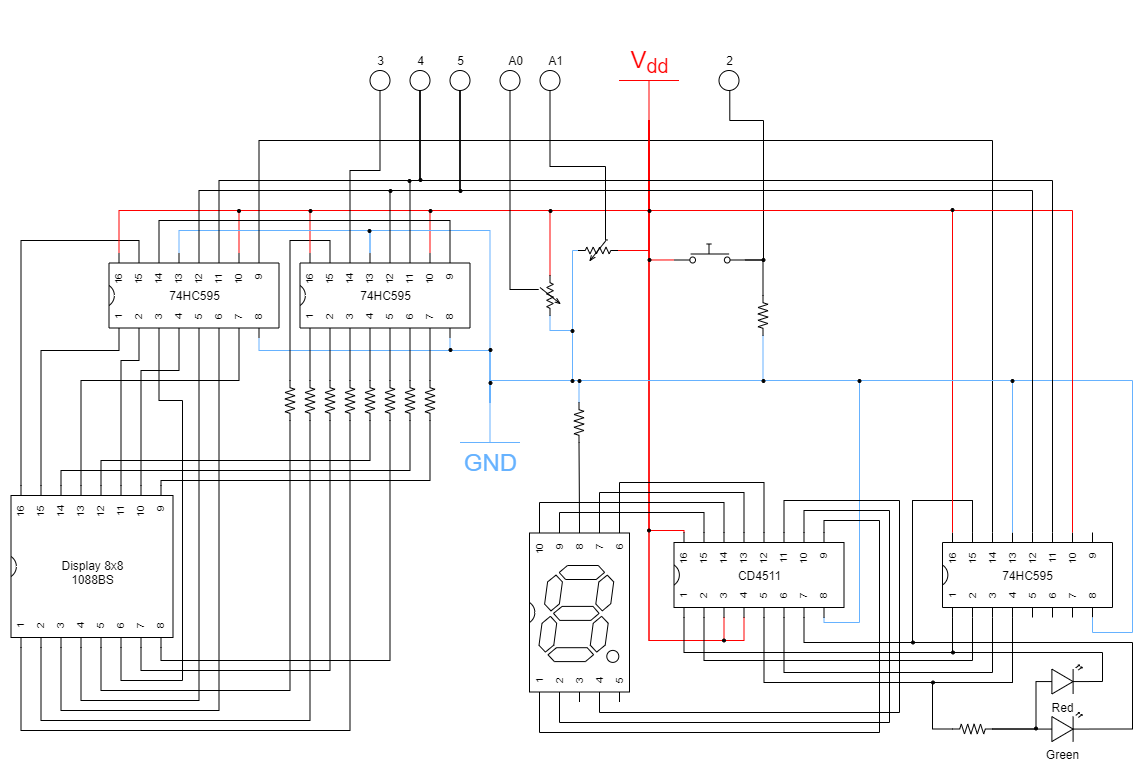
Above: doc/Electric_diagram.png in LDiegoM/ppGame8x8 (draw.io), before the change. Source tidied: cells renumbered, new cells last; positions are measured from the earlier drawing's top-left corner, leaving out a move shared by most shapes.
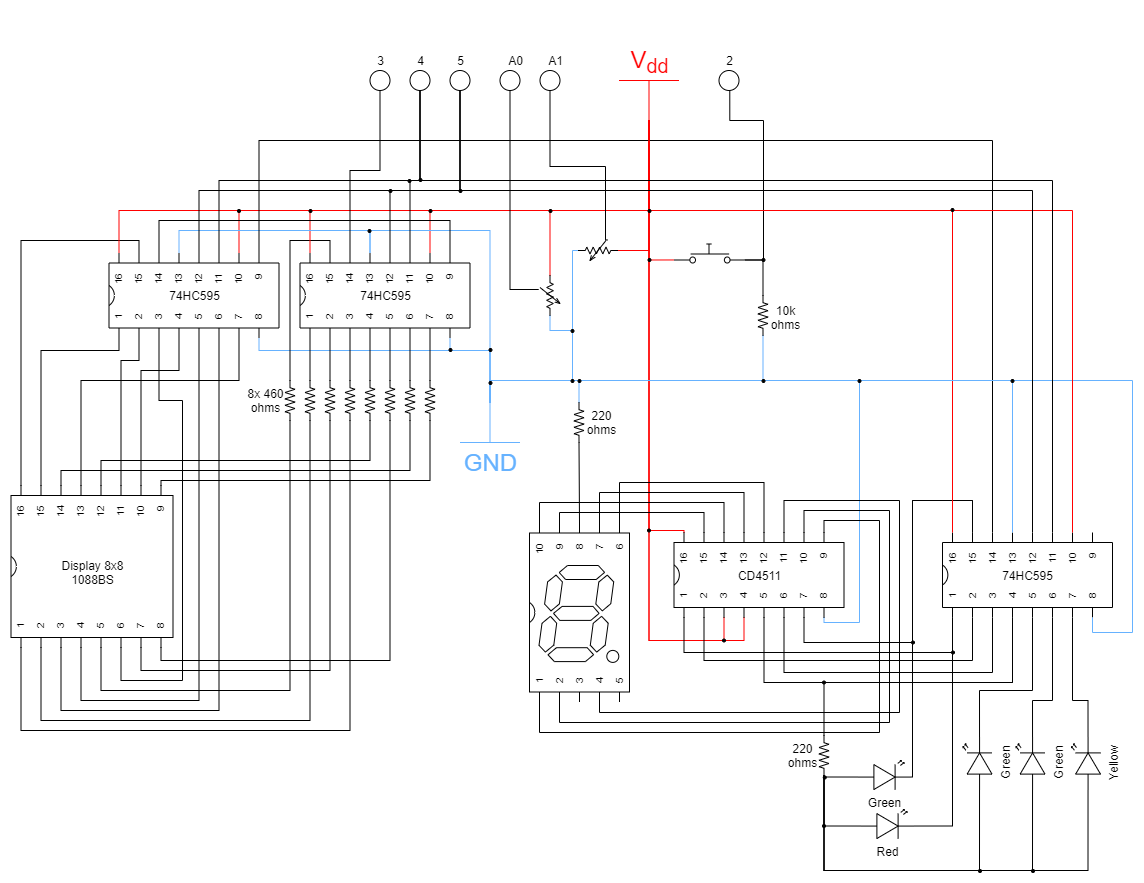
Later version of the same file.

Diff of the diagram source:
```diff
@@ -635,41 +635,65 @@
     <mxCell id="110" style="edgeStyle=orthogonalEdgeStyle;rounded=0;jettySize=auto;html=1;exitX=1;exitY=0.57;exitDx=0;exitDy=0;exitPerimeter=0;entryX=1;entryY=0;entryDx=0;entryDy=30;endArrow=none;endFill=0;entryPerimeter=0;" parent="1" edge="1" source="111" target="127">
       <mxGeometry relative="1" as="geometry">
         <Array as="points">
-          <mxPoint x="1122" y="718" />
-          <mxPoint x="1122" y="632" />
-          <mxPoint x="902" y="632" />
+          <mxPoint x="902" y="767" />
           <mxPoint x="902" y="490" />
           <mxPoint x="962" y="490" />
         </Array>
       </mxGeometry>
     </mxCell>
     <mxCell id="111" value="Green" style="verticalLabelPosition=bottom;shadow=0;dashed=0;align=center;html=1;verticalAlign=top;shape=mxgraph.electrical.opto_electronics.led_2;" parent="1" vertex="1">
-      <mxGeometry x="1025.5" y="702" width="53" height="29" as="geometry" />
+      <mxGeometry x="847.5" y="750" width="53" height="29" as="geometry" />
     </mxCell>
     <mxCell id="112" style="edgeStyle=orthogonalEdgeStyle;rounded=0;jettySize=auto;html=1;exitX=1;exitY=0.57;exitDx=0;exitDy=0;exitPerimeter=0;entryX=0;entryY=0;entryDx=0;entryDy=10;endArrow=none;endFill=0;entryPerimeter=0;" parent="1" edge="1" source="113" target="127">
       <mxGeometry relative="1" as="geometry">
         <Array as="points">
-          <mxPoint x="1092" y="671" />
-          <mxPoint x="1092" y="642" />
-          <mxPoint x="942" y="642" />
+          <mxPoint x="942" y="816" />
         </Array>
       </mxGeometry>
     </mxCell>
     <mxCell id="113" value="Red" style="verticalLabelPosition=bottom;shadow=0;dashed=0;align=center;html=1;verticalAlign=top;shape=mxgraph.electrical.opto_electronics.led_2;rotation=0;" parent="1" vertex="1">
-      <mxGeometry x="1025.5" y="654.5" width="53" height="29" as="geometry" />
+      <mxGeometry x="850.5" y="799" width="53" height="29" as="geometry" />
     </mxCell>
     <mxCell id="114" style="edgeStyle=orthogonalEdgeStyle;rounded=0;jettySize=auto;html=1;exitX=1;exitY=0.5;exitDx=0;exitDy=0;exitPerimeter=0;entryX=0;entryY=0.57;entryDx=0;entryDy=0;entryPerimeter=0;endArrow=none;endFill=0;" parent="1" edge="1" source="116" target="111">
-      <mxGeometry relative="1" as="geometry" />
+      <mxGeometry relative="1" as="geometry">
+        <Array as="points">
+          <mxPoint x="814" y="767" />
+        </Array>
+      </mxGeometry>
     </mxCell>
     <mxCell id="115" style="edgeStyle=orthogonalEdgeStyle;rounded=0;jettySize=auto;html=1;exitX=1;exitY=0.5;exitDx=0;exitDy=0;exitPerimeter=0;entryX=0;entryY=0.57;entryDx=0;entryDy=0;entryPerimeter=0;endArrow=none;endFill=0;" parent="1" edge="1" source="116" target="113">
       <mxGeometry relative="1" as="geometry">
         <Array as="points">
-          <mxPoint x="1026" y="719" />
+          <mxPoint x="814" y="816" />
         </Array>
       </mxGeometry>
     </mxCell>
+    <mxCell id="165" style="edgeStyle=orthogonalEdgeStyle;rounded=0;jettySize=auto;html=1;exitX=1;exitY=0.5;exitDx=0;exitDy=0;exitPerimeter=0;entryX=0;entryY=0.57;entryDx=0;entryDy=0;entryPerimeter=0;endArrow=none;endFill=0;" parent="1" edge="1" source="116" target="171">
+      <mxGeometry relative="1" as="geometry">
+        <Array as="points">
+          <mxPoint x="814" y="860" />
+          <mxPoint x="969" y="860" />
+        </Array>
+      </mxGeometry>
+    </mxCell>
+    <mxCell id="166" style="edgeStyle=orthogonalEdgeStyle;rounded=0;jettySize=auto;html=1;exitX=1;exitY=0.5;exitDx=0;exitDy=0;exitPerimeter=0;entryX=0;entryY=0.57;entryDx=0;entryDy=0;entryPerimeter=0;endArrow=none;endFill=0;" parent="1" edge="1" source="116" target="169">
+      <mxGeometry relative="1" as="geometry">
+        <Array as="points">
+          <mxPoint x="814" y="860" />
+          <mxPoint x="1022" y="860" />
+        </Array>
+      </mxGeometry>
+    </mxCell>
+    <mxCell id="167" style="edgeStyle=orthogonalEdgeStyle;rounded=0;jettySize=auto;html=1;exitX=1;exitY=0.5;exitDx=0;exitDy=0;exitPerimeter=0;entryX=0;entryY=0.57;entryDx=0;entryDy=0;entryPerimeter=0;endArrow=none;endFill=0;" parent="1" edge="1" source="116" target="174">
+      <mxGeometry relative="1" as="geometry">
+        <Array as="points">
+          <mxPoint x="814" y="860" />
+          <mxPoint x="1078" y="860" />
+        </Array>
+      </mxGeometry>
+    </mxCell>
-    <mxCell id="116" style="verticalLabelPosition=bottom;shadow=0;dashed=0;align=center;html=1;verticalAlign=top;shape=mxgraph.electrical.resistors.resistor_2;labelBackgroundColor=none;rotation=0;" parent="1" vertex="1">
-      <mxGeometry x="942" y="713.5" width="40" height="10" as="geometry" />
+    <mxCell id="116" style="verticalLabelPosition=bottom;shadow=0;dashed=0;align=center;html=1;verticalAlign=top;shape=mxgraph.electrical.resistors.resistor_2;labelBackgroundColor=none;rotation=90;" parent="1" vertex="1">
+      <mxGeometry x="793.5" y="740" width="40" height="10" as="geometry" />
     </mxCell>
     <mxCell id="117" style="group;" parent="1" vertex="1">
       <mxGeometry x="0.5" y="475" width="162" height="162" as="geometry" />
@@ -770,8 +794,7 @@
       <mxGeometry relative="1" as="geometry">
         <Array as="points">
           <mxPoint x="1002" y="672" />
-          <mxPoint x="922" y="672" />
-          <mxPoint x="922" y="719" />
+          <mxPoint x="814" y="672" />
         </Array>
       </mxGeometry>
     </mxCell>
@@ -818,7 +841,7 @@
       <mxGeometry x="941" y="640.5" width="3" height="3" as="geometry" />
     </mxCell>
     <mxCell id="151" style="ellipse;whiteSpace=wrap;html=1;fillColor=#000000;" parent="1" vertex="1">
-      <mxGeometry x="921" y="670.5" width="3" height="3" as="geometry" />
+      <mxGeometry x="812" y="670.5" width="3" height="3" as="geometry" />
     </mxCell>
     <mxCell id="152" style="ellipse;whiteSpace=wrap;html=1;fillColor=#000000;" parent="1" vertex="1">
       <mxGeometry x="712" y="628.5" width="3" height="3" as="geometry" />
@@ -839,7 +862,7 @@
       <mxGeometry x="560.5" y="369" width="3" height="3" as="geometry" />
     </mxCell>
     <mxCell id="158" style="ellipse;whiteSpace=wrap;html=1;fillColor=#000000;" parent="1" vertex="1">
-      <mxGeometry x="1024" y="716.5" width="3" height="3" as="geometry" />
+      <mxGeometry x="812.8" y="765.5" width="3" height="3" as="geometry" />
     </mxCell>
     <mxCell id="159" style="ellipse;whiteSpace=wrap;html=1;fillColor=#000000;" parent="1" vertex="1">
       <mxGeometry x="1000.5" y="369" width="3" height="3" as="geometry" />
@@ -859,5 +882,59 @@
     <mxCell id="164" style="ellipse;whiteSpace=wrap;html=1;fillColor=#000000;" parent="1" vertex="1">
       <mxGeometry x="560.5" y="319" width="3" height="3" as="geometry" />
     </mxCell>
+    <mxCell id="168" style="edgeStyle=orthogonalEdgeStyle;rounded=0;jettySize=auto;html=1;exitX=1;exitY=0.57;exitDx=0;exitDy=0;exitPerimeter=0;entryX=0;entryY=0;entryDx=0;entryDy=110;entryPerimeter=0;endArrow=none;endFill=0;" parent="1" edge="1" source="169" target="127">
+      <mxGeometry relative="1" as="geometry">
+        <Array as="points">
+          <mxPoint x="1022" y="690" />
+          <mxPoint x="1042" y="690" />
+        </Array>
+      </mxGeometry>
+    </mxCell>
+    <mxCell id="169" value="Green" style="verticalLabelPosition=bottom;shadow=0;dashed=0;align=center;html=1;verticalAlign=top;shape=mxgraph.electrical.opto_electronics.led_2;rotation=-90;" parent="1" vertex="1">
+      <mxGeometry x="993.5" y="738.5" width="53" height="29" as="geometry" />
+    </mxCell>
+    <mxCell id="170" style="edgeStyle=orthogonalEdgeStyle;rounded=0;jettySize=auto;html=1;exitX=1;exitY=0.57;exitDx=0;exitDy=0;exitPerimeter=0;entryX=0;entryY=0;entryDx=0;entryDy=90;entryPerimeter=0;endArrow=none;endFill=0;" parent="1" edge="1" source="171" target="127">
+      <mxGeometry relative="1" as="geometry">
+        <Array as="points">
+          <mxPoint x="969" y="680" />
+          <mxPoint x="1022" y="680" />
+        </Array>
+      </mxGeometry>
+    </mxCell>
+    <mxCell id="171" value="Green" style="verticalLabelPosition=bottom;shadow=0;dashed=0;align=center;html=1;verticalAlign=top;shape=mxgraph.electrical.opto_electronics.led_2;rotation=-90;" parent="1" vertex="1">
+      <mxGeometry x="940.5" y="738.5" width="53" height="29" as="geometry" />
+    </mxCell>
+    <mxCell id="172" style="ellipse;whiteSpace=wrap;html=1;fillColor=#000000;" parent="1" vertex="1">
+      <mxGeometry x="1021" y="859" width="3" height="3" as="geometry" />
+    </mxCell>
+    <mxCell id="173" style="edgeStyle=orthogonalEdgeStyle;rounded=0;jettySize=auto;html=1;exitX=1;exitY=0.57;exitDx=0;exitDy=0;exitPerimeter=0;entryX=0;entryY=0;entryDx=0;entryDy=130;entryPerimeter=0;endArrow=none;endFill=0;" parent="1" edge="1" source="174" target="127">
+      <mxGeometry relative="1" as="geometry">
+        <Array as="points">
+          <mxPoint x="1078" y="690" />
+          <mxPoint x="1062" y="690" />
+        </Array>
+      </mxGeometry>
+    </mxCell>
+    <mxCell id="174" value="Yellow" style="verticalLabelPosition=bottom;shadow=0;dashed=0;align=center;html=1;verticalAlign=top;shape=mxgraph.electrical.opto_electronics.led_2;rotation=-90;" parent="1" vertex="1">
+      <mxGeometry x="1049" y="738.5" width="53" height="29" as="geometry" />
+    </mxCell>
+    <mxCell id="175" style="ellipse;whiteSpace=wrap;html=1;fillColor=#000000;" parent="1" vertex="1">
+      <mxGeometry x="812" y="814" width="3" height="3" as="geometry" />
+    </mxCell>
+    <mxCell id="176" style="ellipse;whiteSpace=wrap;html=1;fillColor=#000000;" parent="1" vertex="1">
+      <mxGeometry x="968" y="859" width="3" height="3" as="geometry" />
+    </mxCell>
+    <mxCell id="177" value="8x 460&lt;br&gt;ohms" style="text;html=1;align=center;verticalAlign=middle;strokeColor=none;fillColor=none;" parent="1" vertex="1">
+      <mxGeometry x="229.5" y="375" width="50" height="30" as="geometry" />
+    </mxCell>
+    <mxCell id="178" value="220&lt;br&gt;ohms" style="text;html=1;align=center;verticalAlign=middle;strokeColor=none;fillColor=none;" parent="1" vertex="1">
+      <mxGeometry x="772" y="730" width="40" height="30" as="geometry" />
+    </mxCell>
+    <mxCell id="179" value="10k&lt;br&gt;ohms" style="text;html=1;align=center;verticalAlign=middle;strokeColor=none;fillColor=none;" parent="1" vertex="1">
+      <mxGeometry x="754.5" y="292" width="40" height="30" as="geometry" />
+    </mxCell>
+    <mxCell id="180" value="220&lt;br&gt;ohms" style="text;html=1;align=center;verticalAlign=middle;strokeColor=none;fillColor=none;" parent="1" vertex="1">
+      <mxGeometry x="570.5" y="397" width="40" height="30" as="geometry" />
+    </mxCell>
   </root>
 </mxGraphModel>
```
